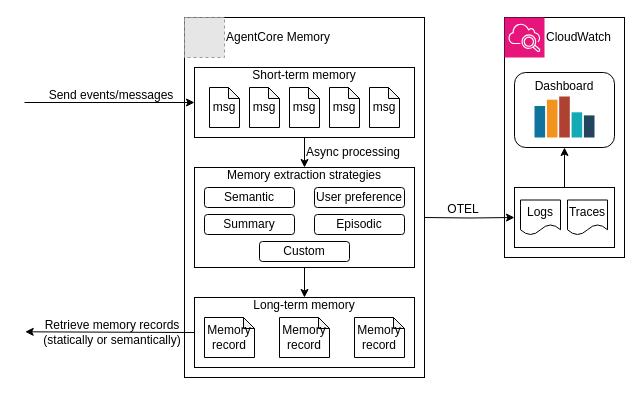
The draw.io diagram understanding-memory/images/architecture.drawio in aal80/agentcore-samples, before the edit. Source tidied: cells renumbered, new cells numbered last; positions are measured from the earlier drawing's top-left corner, leaving out a move shared by most shapes. Both pictures are drawn from the tidied source at 100%, with x=0, y=0 at pixel (24, 17). Pictures stored in the file or linked from it are replaced by grey dashed boxes.
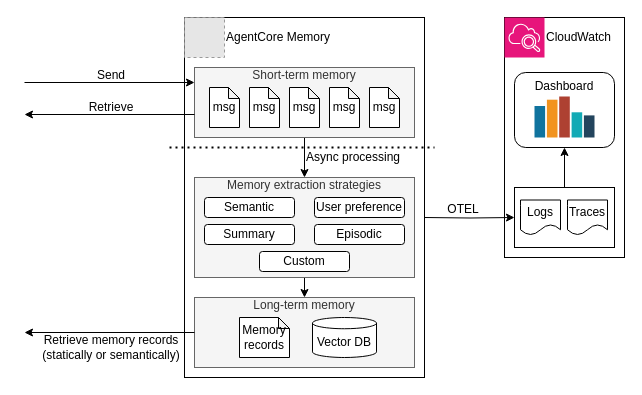
The same diagram, later.

Change to the diagram source:
```diff
@@
-    <mxCell id="10" value="&lt;span style=&quot;text-align: left;&quot;&gt;Short-term memory&lt;/span&gt;" style="rounded=0;whiteSpace=wrap;html=1;verticalAlign=top;spacing=-4;" parent="1" vertex="1">
+    <mxCell id="10" value="&lt;span style=&quot;text-align: left;&quot;&gt;Short-term memory&lt;/span&gt;" style="rounded=0;whiteSpace=wrap;html=1;verticalAlign=top;spacing=-4;fillColor=#f5f5f5;fontColor=#333333;strokeColor=#666666;" parent="1" vertex="1">
       <mxGeometry x="170" y="50" width="220" height="70" as="geometry" />
     </mxCell>
@@
-    <mxCell id="13" value="Memory extraction strategies" style="rounded=0;whiteSpace=wrap;html=1;verticalAlign=top;spacing=-4;" parent="1" vertex="1">
-      <mxGeometry x="170" y="150" width="220" height="100" as="geometry" />
+    <mxCell id="13" value="Memory extraction strategies" style="rounded=0;whiteSpace=wrap;html=1;verticalAlign=top;spacing=-4;fillColor=#f5f5f5;fontColor=#333333;strokeColor=#666666;" parent="1" vertex="1">
+      <mxGeometry x="170" y="160" width="220" height="100" as="geometry" />
     </mxCell>
     <mxCell id="14" value="Semantic" style="rounded=1;whiteSpace=wrap;html=1;" parent="1" vertex="1">
-      <mxGeometry x="180" y="170" width="90" height="20" as="geometry" />
+      <mxGeometry x="180" y="180" width="90" height="20" as="geometry" />
     </mxCell>
     <mxCell id="15" value="User preference" style="rounded=1;whiteSpace=wrap;html=1;" parent="1" vertex="1">
-      <mxGeometry x="290" y="170" width="90" height="20" as="geometry" />
+      <mxGeometry x="290" y="180" width="90" height="20" as="geometry" />
     </mxCell>
     <mxCell id="16" value="Summary" style="rounded=1;whiteSpace=wrap;html=1;" parent="1" vertex="1">
-      <mxGeometry x="180" y="197" width="90" height="20" as="geometry" />
+      <mxGeometry x="180" y="207" width="90" height="20" as="geometry" />
     </mxCell>
     <mxCell id="17" value="Episodic" style="rounded=1;whiteSpace=wrap;html=1;" parent="1" vertex="1">
-      <mxGeometry x="290" y="197" width="90" height="20" as="geometry" />
+      <mxGeometry x="290" y="207" width="90" height="20" as="geometry" />
     </mxCell>
     <mxCell id="18" value="Custom" style="rounded=1;whiteSpace=wrap;html=1;" parent="1" vertex="1">
-      <mxGeometry x="235" y="224" width="90" height="20" as="geometry" />
+      <mxGeometry x="235" y="234" width="90" height="20" as="geometry" />
     </mxCell>
     <mxCell id="19" value="Async processing" style="text;html=1;align=left;verticalAlign=middle;whiteSpace=wrap;rounded=0;" parent="1" vertex="1">
-      <mxGeometry x="280" y="125" width="100" height="20" as="geometry" />
+      <mxGeometry x="280" y="130" width="100" height="20" as="geometry" />
     </mxCell>
-    <mxCell id="20" value="Long-term memory" style="rounded=0;whiteSpace=wrap;html=1;verticalAlign=top;spacing=-4;" parent="1" vertex="1">
+    <mxCell id="20" value="Long-term memory" style="rounded=0;whiteSpace=wrap;html=1;verticalAlign=top;spacing=-4;fillColor=#f5f5f5;fontColor=#333333;strokeColor=#666666;" parent="1" vertex="1">
       <mxGeometry x="170" y="280" width="220" height="70" as="geometry" />
     </mxCell>
-    <mxCell id="21" value="Memory record" style="shape=note;whiteSpace=wrap;html=1;backgroundOutline=1;darkOpacity=0.05;size=11;" parent="1" vertex="1">
-      <mxGeometry x="180" y="300" width="50" height="40" as="geometry" />
+    <mxCell id="21" value="Memory records" style="shape=note;whiteSpace=wrap;html=1;backgroundOutline=1;darkOpacity=0.05;size=11;" parent="1" vertex="1">
+      <mxGeometry x="215" y="300" width="50" height="40" as="geometry" />
     </mxCell>
-    <mxCell id="22" value="Memory record" style="shape=note;whiteSpace=wrap;html=1;backgroundOutline=1;darkOpacity=0.05;size=11;" parent="1" vertex="1">
-      <mxGeometry x="255" y="300" width="50" height="40" as="geometry" />
-    </mxCell>
-    <mxCell id="23" value="Memory record" style="shape=note;whiteSpace=wrap;html=1;backgroundOutline=1;darkOpacity=0.05;size=11;" parent="1" vertex="1">
-      <mxGeometry x="330" y="300" width="50" height="40" as="geometry" />
-    </mxCell>
@@
-    <mxCell id="28" style="endArrow=classic;html=1;rounded=0;entryX=0;entryY=0.5;entryDx=0;entryDy=0;" parent="1" edge="1" target="10">
+    <mxCell id="28" style="endArrow=classic;html=1;rounded=0;entryX=0;entryY=0.5;entryDx=0;entryDy=0;" parent="1" edge="1">
       <mxGeometry relative="1" as="geometry">
-        <mxPoint y="85" as="sourcePoint" />
+        <mxPoint y="65" as="sourcePoint" />
+        <mxPoint x="170" y="65" as="targetPoint" />
       </mxGeometry>
     </mxCell>
-    <mxCell id="29" value="Send events/messages" style="text;html=1;align=center;verticalAlign=middle;whiteSpace=wrap;rounded=0;" parent="1" vertex="1">
-      <mxGeometry x="22" y="68" width="130" height="20" as="geometry" />
+    <mxCell id="29" value="Send" style="text;html=1;align=center;verticalAlign=middle;whiteSpace=wrap;rounded=0;" parent="1" vertex="1">
+      <mxGeometry x="22" y="48" width="130" height="20" as="geometry" />
     </mxCell>
-    <mxCell id="30" style="endArrow=classic;html=1;rounded=0;exitX=0;exitY=0.5;exitDx=0;exitDy=0;entryX=1.006;entryY=0.873;entryDx=0;entryDy=0;entryPerimeter=0;" parent="1" edge="1" source="20">
+    <mxCell id="30" style="endArrow=classic;html=1;rounded=0;exitX=0;exitY=0.5;exitDx=0;exitDy=0;" parent="1" edge="1" source="20">
       <mxGeometry relative="1" as="geometry">
-        <mxPoint x="0.7" y="314.3" as="targetPoint" />
+        <mxPoint y="315" as="targetPoint" />
       </mxGeometry>
     </mxCell>
     <mxCell id="31" value="Retrieve memory records&lt;br&gt;(statically or semantically)" style="text;html=1;align=center;verticalAlign=middle;whiteSpace=wrap;rounded=0;" parent="1" vertex="1">
-      <mxGeometry x="14" y="305" width="148" height="20" as="geometry" />
+      <mxGeometry x="13" y="320" width="148" height="20" as="geometry" />
     </mxCell>
@@
+    <mxCell id="44" style="endArrow=none;html=1;rounded=0;entryX=0;entryY=0.5;entryDx=0;entryDy=0;endFill=0;startArrow=classic;startFill=1;" parent="1" edge="1">
+      <mxGeometry relative="1" as="geometry">
+        <mxPoint y="97" as="sourcePoint" />
+        <mxPoint x="170" y="97" as="targetPoint" />
+      </mxGeometry>
+    </mxCell>
+    <mxCell id="45" value="Retrieve" style="text;html=1;align=center;verticalAlign=middle;whiteSpace=wrap;rounded=0;" parent="1" vertex="1">
+      <mxGeometry x="22" y="80" width="130" height="20" as="geometry" />
+    </mxCell>
+    <mxCell id="46" style="endArrow=none;dashed=1;html=1;dashPattern=1 2;strokeWidth=2;rounded=0;" parent="1" edge="1">
+      <mxGeometry relative="1" as="geometry">
+        <mxPoint x="145" y="130" as="sourcePoint" />
+        <mxPoint x="410" y="130" as="targetPoint" />
+      </mxGeometry>
+    </mxCell>
+    <mxCell id="47" value="Vector DB" style="shape=cylinder3;whiteSpace=wrap;html=1;boundedLbl=1;backgroundOutline=1;size=5.619047619047592;" parent="1" vertex="1">
+      <mxGeometry x="288" y="300" width="64" height="40" as="geometry" />
+    </mxCell>
```
